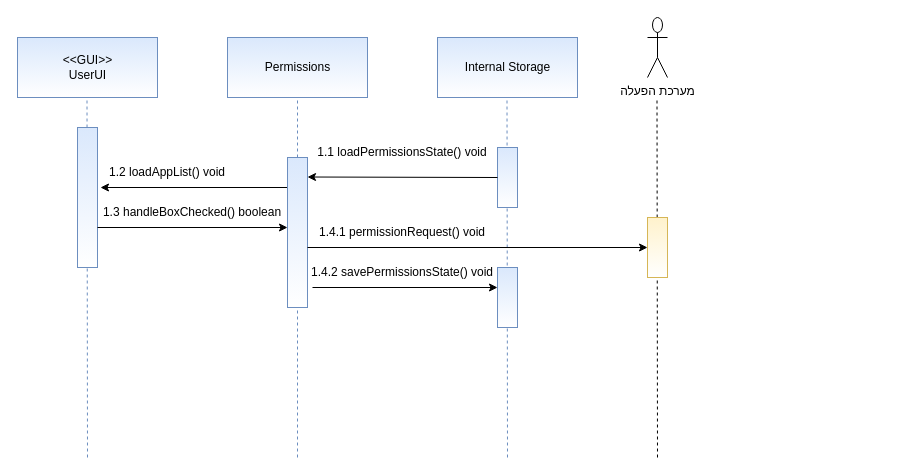
Before: SDD/Components sequence diagrams/Internal_storage_manager.drawio in devmf027/CyberWall, a draw.io diagram. Source tidied: cells renumbered, new cells numbered last; positions are measured from the earlier drawing's top-left corner, leaving out a move shared by most shapes. Both pictures are drawn from the tidied source at 100%, with x=0, y=0 at pixel (17, 17).
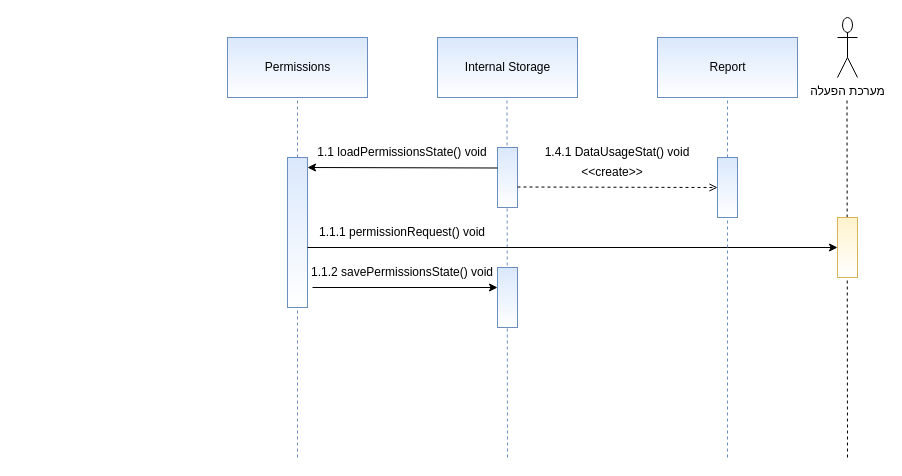
The same diagram, later.

What changed in the source:
```diff
@@
-    <mxCell id="2" value="&lt;span&gt;&amp;lt;&amp;lt;GUI&amp;gt;&amp;gt;&lt;/span&gt;&lt;br&gt;&lt;span&gt;UserUI&lt;/span&gt;" style="html=1;fillColor=#dae8fc;strokeColor=#6c8ebf;gradientColor=#ffffff;" parent="1" vertex="1">
-      <mxGeometry y="20" width="140" height="60" as="geometry" />
-    </mxCell>
@@
-    <mxCell id="7" style="endArrow=none;dashed=1;html=1;rounded=0;entryX=0.5;entryY=1;entryDx=0;entryDy=0;fillColor=#dae8fc;strokeColor=#6c8ebf;" parent="1" edge="1">
-      <mxGeometry relative="1" as="geometry">
-        <mxPoint x="70" y="440" as="sourcePoint" />
-        <mxPoint x="69.5" y="80" as="targetPoint" />
-      </mxGeometry>
-    </mxCell>
-    <mxCell id="8" style="rounded=0;whiteSpace=wrap;html=1;fillColor=#dae8fc;strokeColor=#6c8ebf;gradientColor=#ffffff;" parent="1" vertex="1">
-      <mxGeometry x="60" y="110" width="20" height="140" as="geometry" />
-    </mxCell>
-    <mxCell id="9" style="endArrow=classic;html=1;rounded=0;strokeColor=#000000;" parent="1" edge="1">
-      <mxGeometry relative="1" as="geometry">
-        <mxPoint x="283" y="170" as="sourcePoint" />
-        <mxPoint x="83" y="170" as="targetPoint" />
-      </mxGeometry>
-    </mxCell>
-    <mxCell id="10" value="1.2 loadAppList() void" style="text;html=1;strokeColor=none;fillColor=none;align=center;verticalAlign=middle;whiteSpace=wrap;rounded=0;" parent="1" vertex="1">
-      <mxGeometry x="80" y="140" width="140" height="30" as="geometry" />
-    </mxCell>
@@
     <mxCell id="14" style="endArrow=classic;html=1;rounded=0;strokeColor=#000000;" parent="1" edge="1">
       <mxGeometry relative="1" as="geometry">
-        <mxPoint x="480" y="160" as="sourcePoint" />
-        <mxPoint x="290" y="159.5" as="targetPoint" />
+        <mxPoint x="480" y="150.5" as="sourcePoint" />
+        <mxPoint x="290" y="150" as="targetPoint" />
       </mxGeometry>
     </mxCell>
@@
-    <mxCell id="16" style="endArrow=none;html=1;rounded=0;strokeColor=#000000;exitX=1;exitY=1;exitDx=0;exitDy=0;endFill=0;startArrow=classic;startFill=1;" parent="1" edge="1" source="17">
-      <mxGeometry relative="1" as="geometry">
-        <mxPoint x="80" y="210" as="targetPoint" />
-      </mxGeometry>
-    </mxCell>
-    <mxCell id="17" value="1.3 handleBoxChecked() boolean" style="text;html=1;strokeColor=none;fillColor=none;align=center;verticalAlign=middle;whiteSpace=wrap;rounded=0;" parent="1" vertex="1">
-      <mxGeometry x="80" y="180" width="190" height="30" as="geometry" />
-    </mxCell>
@@
-    <mxCell id="20" value="1.4.2 savePermissionsState() void" style="text;html=1;strokeColor=none;fillColor=none;align=center;verticalAlign=middle;whiteSpace=wrap;rounded=0;" parent="1" vertex="1">
+    <mxCell id="20" value="1.1.2 savePermissionsState() void" style="text;html=1;strokeColor=none;fillColor=none;align=center;verticalAlign=middle;whiteSpace=wrap;rounded=0;" parent="1" vertex="1">
       <mxGeometry x="290" y="240" width="190" height="30" as="geometry" />
     </mxCell>
     <mxCell id="21" value="מערכת הפעלה" style="shape=umlActor;verticalLabelPosition=bottom;verticalAlign=top;html=1;gradientColor=#ffffff;" parent="1" vertex="1">
-      <mxGeometry x="630" width="20" height="60" as="geometry" />
+      <mxGeometry x="820" width="20" height="60" as="geometry" />
     </mxCell>
     <mxCell id="22" style="endArrow=none;dashed=1;html=1;rounded=0;entryX=0.5;entryY=1;entryDx=0;entryDy=0;fillColor=#dae8fc;strokeColor=#000000;" parent="1" edge="1">
       <mxGeometry relative="1" as="geometry">
-        <mxPoint x="640" y="440" as="sourcePoint" />
-        <mxPoint x="639.5" y="80" as="targetPoint" />
+        <mxPoint x="830" y="440" as="sourcePoint" />
+        <mxPoint x="829.5" y="80" as="targetPoint" />
       </mxGeometry>
     </mxCell>
@@
     <mxCell id="24" style="rounded=0;whiteSpace=wrap;html=1;fillColor=#fff2cc;strokeColor=#d6b656;gradientColor=#ffffff;" parent="1" vertex="1">
-      <mxGeometry x="630" y="200" width="20" height="60" as="geometry" />
+      <mxGeometry x="820" y="200" width="20" height="60" as="geometry" />
     </mxCell>
-    <mxCell id="25" value="1.4.1 permissionRequest() void" style="text;html=1;strokeColor=none;fillColor=none;align=center;verticalAlign=middle;whiteSpace=wrap;rounded=0;" parent="1" vertex="1">
+    <mxCell id="25" value="1.1.1 permissionRequest() void" style="text;html=1;strokeColor=none;fillColor=none;align=center;verticalAlign=middle;whiteSpace=wrap;rounded=0;" parent="1" vertex="1">
       <mxGeometry x="290" y="200" width="190" height="30" as="geometry" />
     </mxCell>
+    <mxCell id="26" value="Report" style="html=1;fillColor=#dae8fc;strokeColor=#6c8ebf;gradientColor=#ffffff;" parent="1" vertex="1">
+      <mxGeometry x="640" y="20" width="140" height="60" as="geometry" />
+    </mxCell>
+    <mxCell id="27" style="endArrow=none;dashed=1;html=1;rounded=0;entryX=0.5;entryY=1;entryDx=0;entryDy=0;fillColor=#dae8fc;strokeColor=#6c8ebf;startArrow=none;" parent="1" edge="1" source="28" target="26">
+      <mxGeometry relative="1" as="geometry" />
+    </mxCell>
+    <mxCell id="28" style="rounded=0;whiteSpace=wrap;html=1;fillColor=#dae8fc;strokeColor=#6c8ebf;gradientColor=#ffffff;" parent="1" vertex="1">
+      <mxGeometry x="700" y="140" width="20" height="60" as="geometry" />
+    </mxCell>
+    <mxCell id="29" style="endArrow=none;dashed=1;html=1;rounded=0;entryX=0.5;entryY=1;entryDx=0;entryDy=0;fillColor=#dae8fc;strokeColor=#6c8ebf;" parent="1" edge="1" target="28">
+      <mxGeometry relative="1" as="geometry">
+        <mxPoint x="710" y="440" as="sourcePoint" />
+      </mxGeometry>
+    </mxCell>
+    <mxCell id="30" style="endArrow=open;html=1;rounded=0;strokeColor=#000000;exitX=1;exitY=0.25;exitDx=0;exitDy=0;entryX=0;entryY=0.5;entryDx=0;entryDy=0;endFill=0;dashed=1;" parent="1" edge="1" target="28">
+      <mxGeometry relative="1" as="geometry">
+        <mxPoint x="500" y="169.5" as="sourcePoint" />
+      </mxGeometry>
+    </mxCell>
+    <mxCell id="31" value="&amp;lt;&amp;lt;create&amp;gt;&amp;gt;" style="text;html=1;strokeColor=none;fillColor=none;align=center;verticalAlign=middle;whiteSpace=wrap;rounded=0;" parent="1" vertex="1">
+      <mxGeometry x="565" y="140" width="60" height="30" as="geometry" />
+    </mxCell>
+    <mxCell id="32" value="1.4.1 DataUsageStat() void" style="text;html=1;strokeColor=none;fillColor=none;align=center;verticalAlign=middle;whiteSpace=wrap;rounded=0;" parent="1" vertex="1">
+      <mxGeometry x="500" y="120" width="200" height="30" as="geometry" />
+    </mxCell>
```
